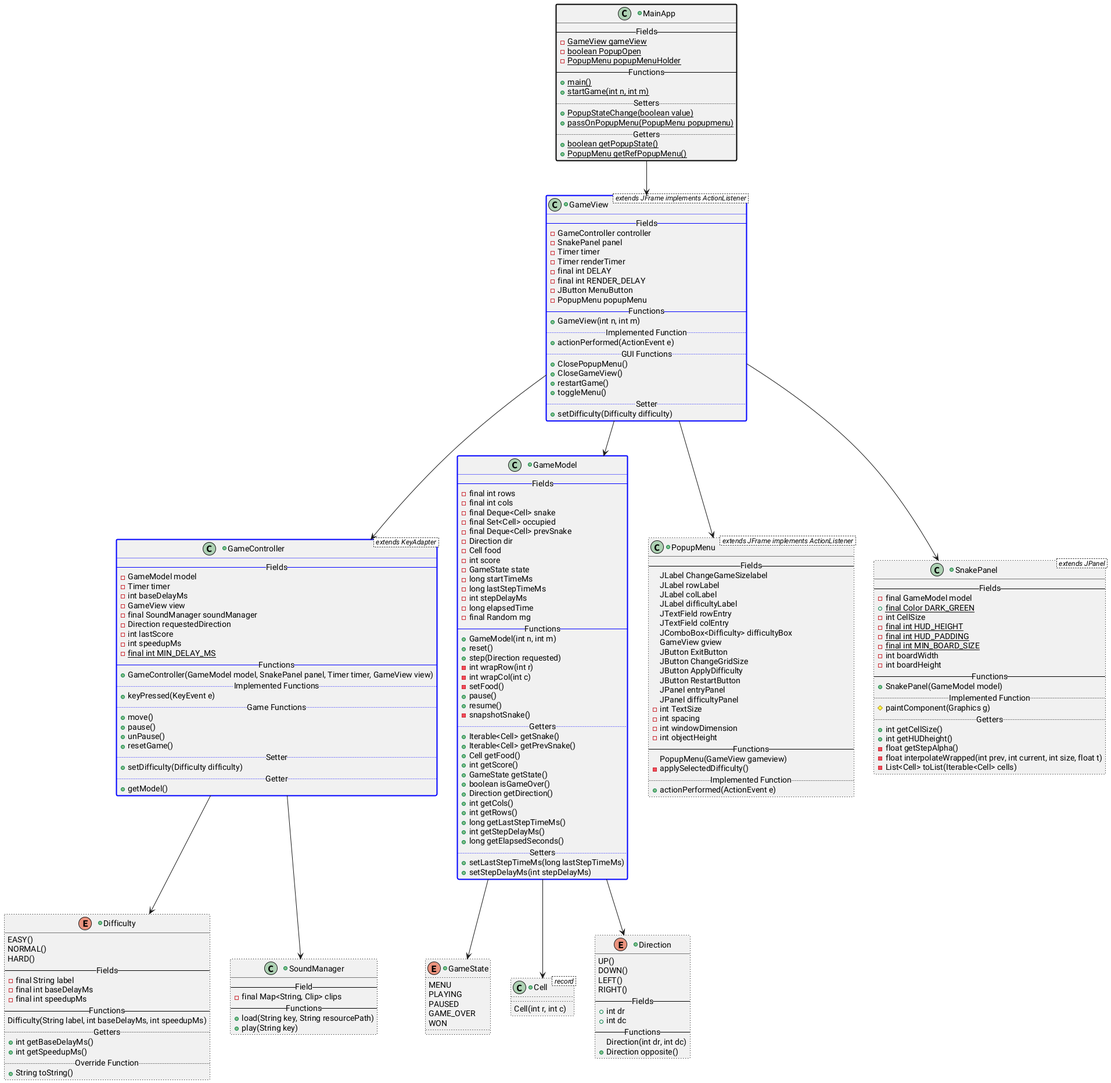
This is src/main/ClassDiagram/ClassDiagram.png from CamerJunker/Snake, a PlantUML export, as it was before one commit.
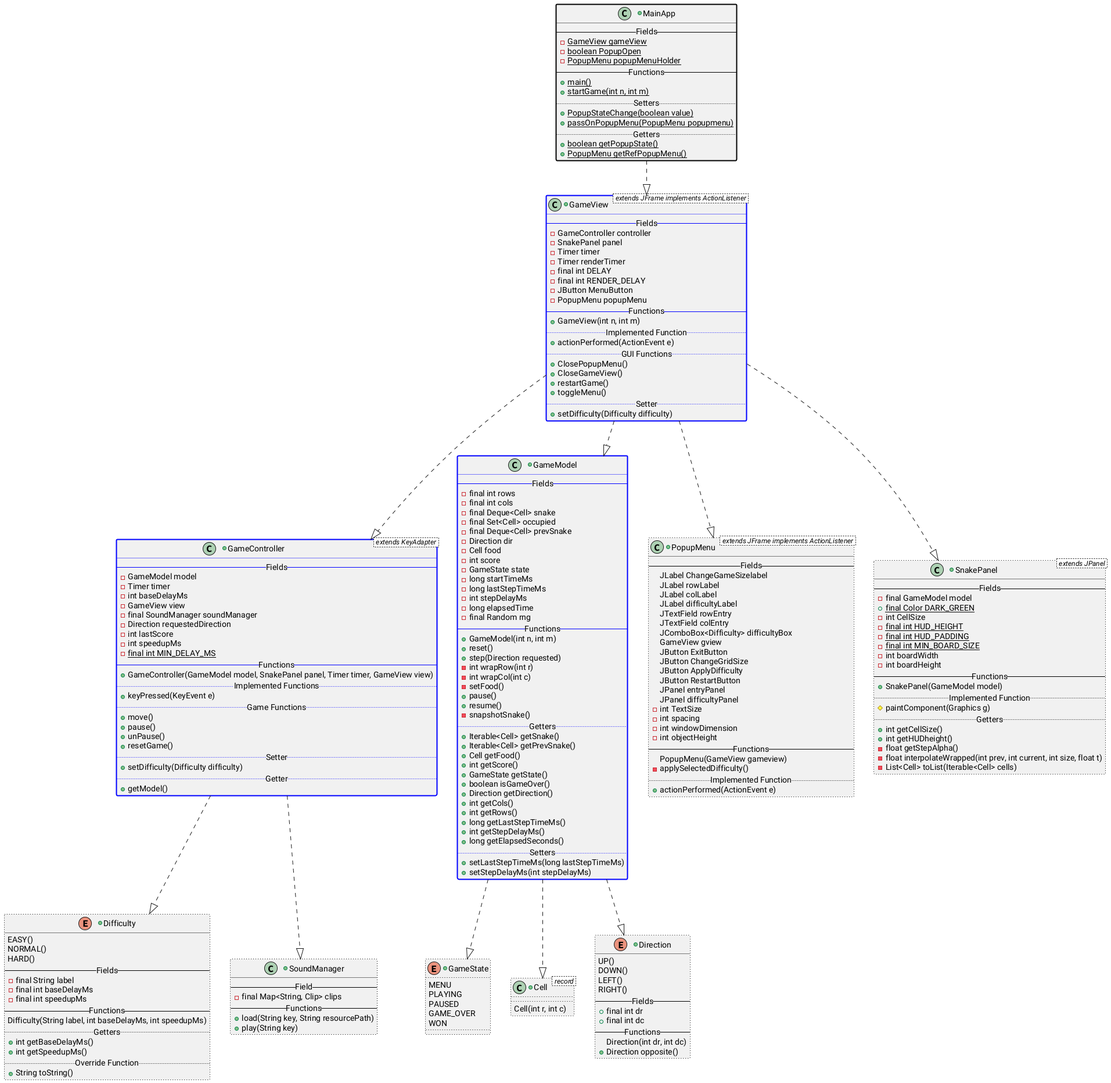
Later version of the same file.

Commit message:
Lavet en lille Overview af alle klasser og ændret pilene i ClassDiagram

The edit, as a diff of the source:
```diff
@@ -1,14 +1,14 @@
 @startuml
-MainApp --> GameView
-GameView --> GameController
-GameView --> GameModel
-GameView --> PopupMenu
-GameView --> SnakePanel
-GameModel --> GameState
-GameModel --> Cell
-GameController --> Difficulty
-GameModel --> Direction
-GameController --> SoundManager
+MainApp ..|> GameView
+GameView ..|> GameController
+GameView ..|> GameModel
+GameView ..|> PopupMenu
+GameView ..|> SnakePanel
+GameModel ..|> GameState
+GameModel ..|> Cell
+GameController ..|> Difficulty
+GameModel ..|> Direction
+GameController ..|> SoundManager
 
 +class MainApp ##[bold]black{
     -- Fields --
@@ -211,8 +211,8 @@
     LEFT()
     RIGHT()
     -- Fields --
-    +int dr
-    +int dc
+    +final int dr
+    +final int dc
     -- Functions --
     Direction(int dr, int dc)
     +Direction opposite()
```
